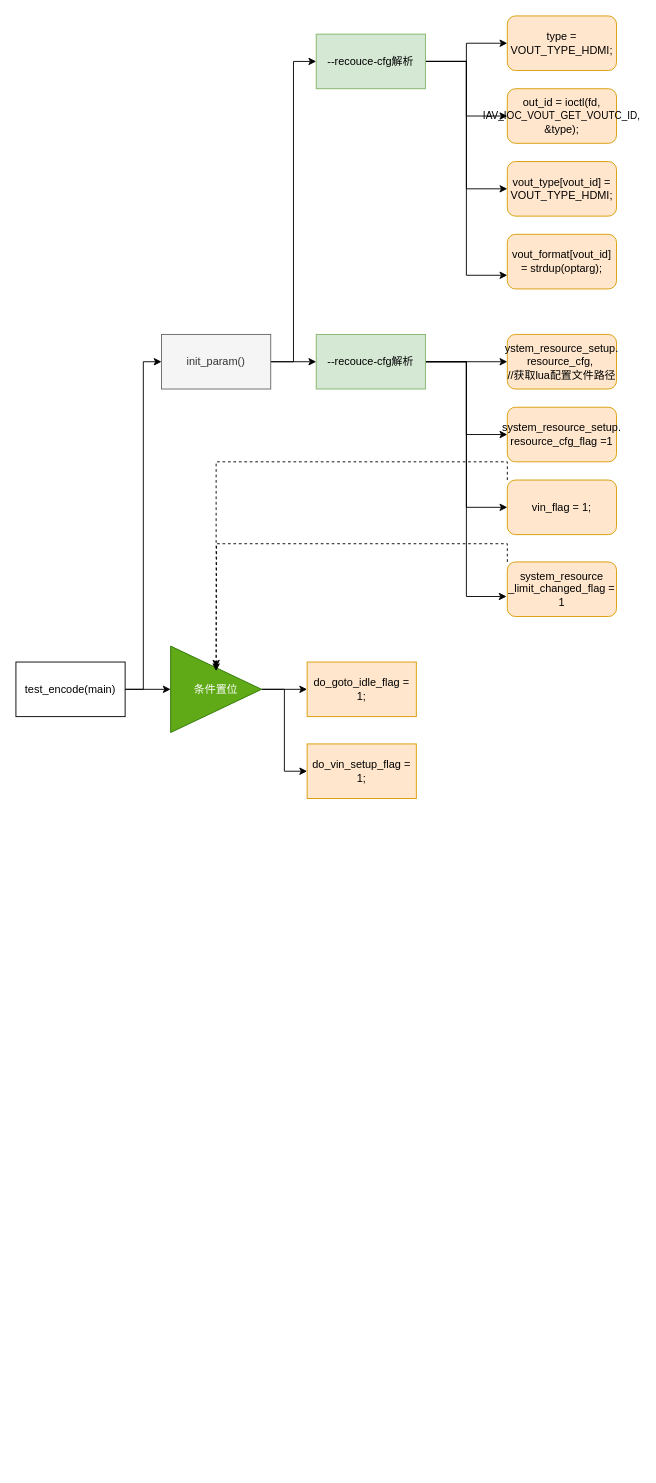
Before: test_encode_sq.drawio in SheridanX/diagrams, a draw.io diagram. Source tidied: cells renumbered, new cells numbered last; positions are measured from the earlier drawing's top-left corner, leaving out a move shared by most shapes. Both pictures are drawn from the tidied source at 91%, with x=0, y=0 at pixel (15, 15).
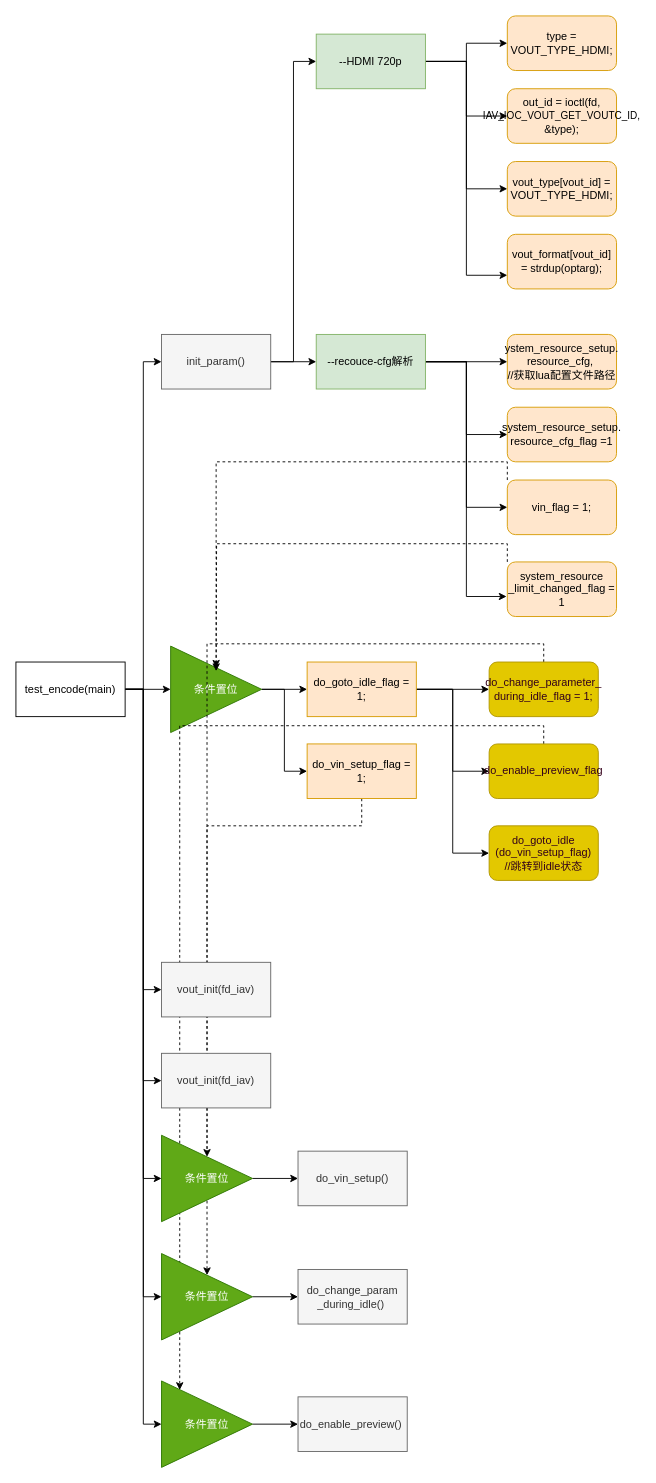
After the change.

The change refers to these unchanged cells:
```xml
<mxCell id="17" value="test_encode(main)" style="rounded=0;whiteSpace=wrap;html=1;" parent="1" vertex="1">
  <mxGeometry y="710" width="120" height="60" as="geometry" />
</mxCell>
<mxCell id="31" value="do_goto_idle_flag = 1;" style="rounded=0;whiteSpace=wrap;html=1;fillColor=#ffe6cc;strokeColor=#d79b00;" parent="1" vertex="1">
  <mxGeometry x="320" y="710" width="120" height="60" as="geometry" />
</mxCell>
<mxCell id="32" value="do_vin_setup_flag = 1;" style="rounded=0;whiteSpace=wrap;html=1;fillColor=#ffe6cc;strokeColor=#d79b00;" parent="1" vertex="1">
  <mxGeometry x="320" y="800" width="120" height="60" as="geometry" />
</mxCell>
```

The edit, as a diff of the source:
```diff
@@
+    <mxCell id="33" style="edgeStyle=orthogonalEdgeStyle;rounded=0;jettySize=auto;html=1;entryX=0;entryY=0.5;entryDx=0;entryDy=0;" parent="1" edge="1" source="17" target="47">
+      <mxGeometry relative="1" as="geometry" />
+    </mxCell>
+    <mxCell id="34" style="edgeStyle=orthogonalEdgeStyle;rounded=0;jettySize=auto;html=1;entryX=0;entryY=0.5;entryDx=0;entryDy=0;" parent="1" edge="1" source="17" target="48">
+      <mxGeometry relative="1" as="geometry" />
+    </mxCell>
+    <mxCell id="35" style="edgeStyle=orthogonalEdgeStyle;rounded=0;jettySize=auto;html=1;entryX=0;entryY=0.5;entryDx=0;entryDy=0;" parent="1" edge="1" source="17" target="50">
+      <mxGeometry relative="1" as="geometry" />
+    </mxCell>
+    <mxCell id="36" style="edgeStyle=orthogonalEdgeStyle;rounded=0;jettySize=auto;html=1;entryX=0;entryY=0.5;entryDx=0;entryDy=0;" parent="1" edge="1" source="17" target="53">
+      <mxGeometry relative="1" as="geometry" />
+    </mxCell>
+    <mxCell id="37" style="edgeStyle=orthogonalEdgeStyle;rounded=0;jettySize=auto;html=1;entryX=0;entryY=0.5;entryDx=0;entryDy=0;" parent="1" edge="1" source="17" target="56">
+      <mxGeometry relative="1" as="geometry" />
+    </mxCell>
@@
-    <mxCell id="22" value="--recouce-cfg解析" style="rounded=0;whiteSpace=wrap;html=1;fillColor=#d5e8d4;strokeColor=#82b366;" parent="1" vertex="1">
+    <mxCell id="22" value="--HDMI 720p" style="rounded=0;whiteSpace=wrap;html=1;fillColor=#d5e8d4;strokeColor=#82b366;" parent="1" vertex="1">
       <mxGeometry x="330" y="20" width="120" height="60" as="geometry" />
     </mxCell>
@@
+    <mxCell id="38" style="edgeStyle=orthogonalEdgeStyle;rounded=0;jettySize=auto;html=1;exitX=1;exitY=0.5;exitDx=0;exitDy=0;" parent="1" edge="1" source="31">
+      <mxGeometry relative="1" as="geometry">
+        <mxPoint x="520" y="740" as="targetPoint" />
+      </mxGeometry>
+    </mxCell>
+    <mxCell id="39" style="edgeStyle=orthogonalEdgeStyle;rounded=0;jettySize=auto;html=1;entryX=0;entryY=0.5;entryDx=0;entryDy=0;" parent="1" edge="1" source="31" target="45">
+      <mxGeometry relative="1" as="geometry" />
+    </mxCell>
+    <mxCell id="40" style="edgeStyle=orthogonalEdgeStyle;rounded=0;jettySize=auto;html=1;entryX=0;entryY=0.5;entryDx=0;entryDy=0;" parent="1" edge="1" source="31" target="46">
+      <mxGeometry relative="1" as="geometry" />
+    </mxCell>
@@
+    <mxCell id="41" style="edgeStyle=orthogonalEdgeStyle;rounded=0;jettySize=auto;html=1;dashed=1;exitX=0.5;exitY=1;exitDx=0;exitDy=0;" parent="1" edge="1" source="32" target="50">
+      <mxGeometry relative="1" as="geometry">
+        <Array as="points">
+          <mxPoint x="380" y="890" />
+          <mxPoint x="210" y="890" />
+        </Array>
+      </mxGeometry>
+    </mxCell>
@@
+    <mxCell id="42" style="edgeStyle=orthogonalEdgeStyle;rounded=0;jettySize=auto;html=1;entryX=0.2;entryY=0.105;entryDx=0;entryDy=0;entryPerimeter=0;dashed=1;exitX=0.5;exitY=0;exitDx=0;exitDy=0;" parent="1" edge="1" source="45" target="56">
+      <mxGeometry relative="1" as="geometry" />
+    </mxCell>
+    <mxCell id="43" style="edgeStyle=orthogonalEdgeStyle;rounded=0;jettySize=auto;html=1;exitX=0.5;exitY=0;exitDx=0;exitDy=0;dashed=1;" parent="1" edge="1" source="44" target="53">
+      <mxGeometry relative="1" as="geometry" />
+    </mxCell>
+    <mxCell id="44" value="&lt;font color=&quot;#33001a&quot;&gt;do_change_parameter_&lt;br&gt;during_idle_flag = 1;&lt;/font&gt;" style="rounded=1;whiteSpace=wrap;html=1;fillColor=#e3c800;strokeColor=#B09500;fontColor=#ffffff;" parent="1" vertex="1">
+      <mxGeometry x="520" y="710" width="120" height="60" as="geometry" />
+    </mxCell>
+    <mxCell id="45" value="&lt;font color=&quot;#33001a&quot;&gt;do_enable_preview_flag&lt;/font&gt;" style="rounded=1;whiteSpace=wrap;html=1;fillColor=#e3c800;strokeColor=#B09500;fontColor=#ffffff;" parent="1" vertex="1">
+      <mxGeometry x="520" y="800" width="120" height="60" as="geometry" />
+    </mxCell>
+    <mxCell id="46" value="&lt;font color=&quot;#33001a&quot;&gt;do_goto_idle&lt;br&gt;(do_vin_setup_flag)&lt;br&gt;//跳转到idle状态&lt;br&gt;&lt;/font&gt;" style="rounded=1;whiteSpace=wrap;html=1;fillColor=#e3c800;strokeColor=#B09500;fontColor=#ffffff;" parent="1" vertex="1">
+      <mxGeometry x="520" y="890" width="120" height="60" as="geometry" />
+    </mxCell>
+    <mxCell id="47" value="vout_init(fd_iav)" style="rounded=0;whiteSpace=wrap;html=1;fillColor=#f5f5f5;strokeColor=#666666;fontColor=#333333;" parent="1" vertex="1">
+      <mxGeometry x="160" y="1040" width="120" height="60" as="geometry" />
+    </mxCell>
+    <mxCell id="48" value="vout_init(fd_iav)" style="rounded=0;whiteSpace=wrap;html=1;fillColor=#f5f5f5;strokeColor=#666666;fontColor=#333333;" parent="1" vertex="1">
+      <mxGeometry x="160" y="1140" width="120" height="60" as="geometry" />
+    </mxCell>
+    <mxCell id="49" style="edgeStyle=orthogonalEdgeStyle;rounded=0;jettySize=auto;html=1;entryX=0;entryY=0.5;entryDx=0;entryDy=0;" parent="1" edge="1" source="50" target="51">
+      <mxGeometry relative="1" as="geometry" />
+    </mxCell>
+    <mxCell id="50" value="条件置位" style="triangle;whiteSpace=wrap;html=1;fillColor=#60a917;strokeColor=#2D7600;fontColor=#ffffff;" parent="1" vertex="1">
+      <mxGeometry x="160" y="1230" width="100" height="95" as="geometry" />
+    </mxCell>
+    <mxCell id="51" value="do_vin_setup()" style="rounded=0;whiteSpace=wrap;html=1;fillColor=#f5f5f5;strokeColor=#666666;fontColor=#333333;" parent="1" vertex="1">
+      <mxGeometry x="310" y="1247.5" width="120" height="60" as="geometry" />
+    </mxCell>
+    <mxCell id="52" style="edgeStyle=orthogonalEdgeStyle;rounded=0;jettySize=auto;html=1;entryX=0;entryY=0.5;entryDx=0;entryDy=0;" parent="1" edge="1" source="53" target="54">
+      <mxGeometry relative="1" as="geometry" />
+    </mxCell>
+    <mxCell id="53" value="条件置位" style="triangle;whiteSpace=wrap;html=1;fillColor=#60a917;strokeColor=#2D7600;fontColor=#ffffff;" parent="1" vertex="1">
+      <mxGeometry x="160" y="1360" width="100" height="95" as="geometry" />
+    </mxCell>
+    <mxCell id="54" value="do_change_param&lt;br&gt;_during_idle()&amp;nbsp;" style="rounded=0;whiteSpace=wrap;html=1;fillColor=#f5f5f5;strokeColor=#666666;fontColor=#333333;" parent="1" vertex="1">
+      <mxGeometry x="310" y="1377.5" width="120" height="60" as="geometry" />
+    </mxCell>
+    <mxCell id="55" style="edgeStyle=orthogonalEdgeStyle;rounded=0;jettySize=auto;html=1;entryX=0;entryY=0.5;entryDx=0;entryDy=0;" parent="1" edge="1" source="56" target="57">
+      <mxGeometry relative="1" as="geometry" />
+    </mxCell>
+    <mxCell id="56" value="条件置位" style="triangle;whiteSpace=wrap;html=1;fillColor=#60a917;strokeColor=#2D7600;fontColor=#ffffff;" parent="1" vertex="1">
+      <mxGeometry x="160" y="1500" width="100" height="95" as="geometry" />
+    </mxCell>
+    <mxCell id="57" value="do_enable_preview()&amp;nbsp;" style="rounded=0;whiteSpace=wrap;html=1;fillColor=#f5f5f5;strokeColor=#666666;fontColor=#333333;" parent="1" vertex="1">
+      <mxGeometry x="310" y="1517.5" width="120" height="60" as="geometry" />
+    </mxCell>
```
